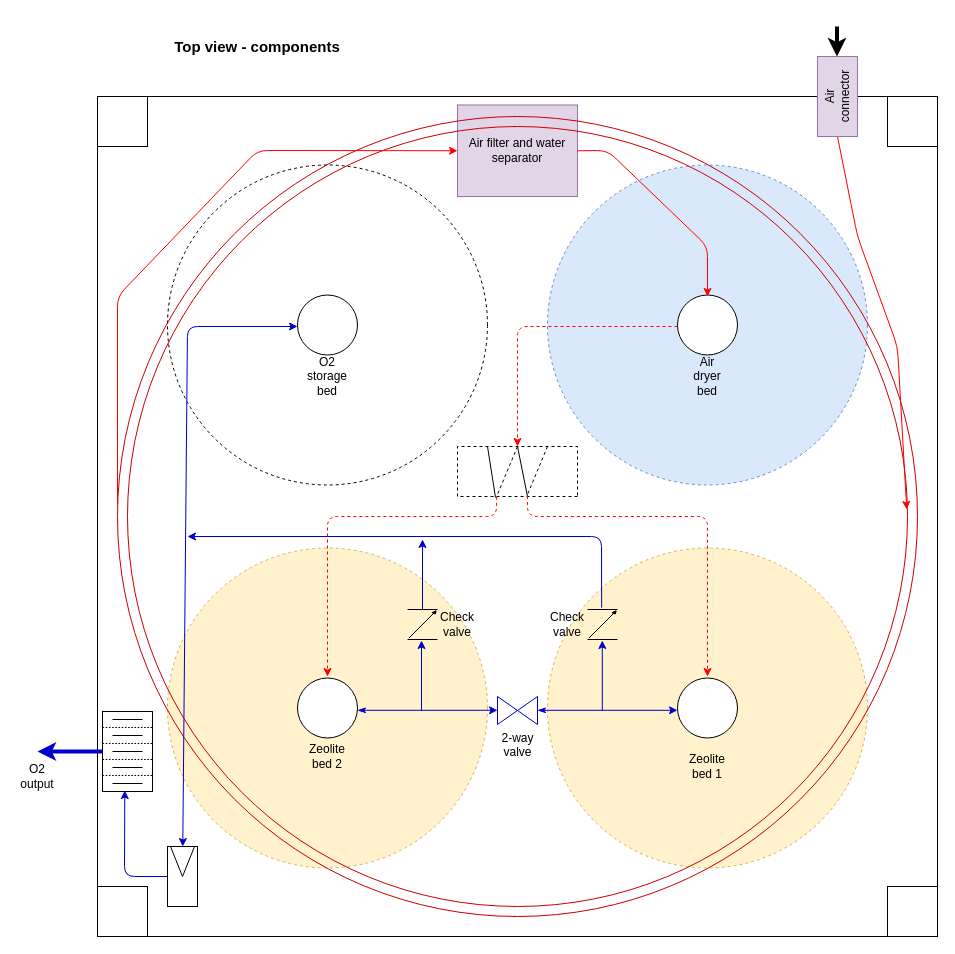
Earlier version of the draw.io diagram Prototype oxygen concentrator/Drawings/Top View components.drawio (oxycon/ProjectApollo). Source tidied: cells renumbered, new cells numbered last; positions are measured from the earlier drawing's top-left corner, leaving out a move shared by most shapes. Both pictures are drawn from the tidied source at 100%, with x=0, y=0 at pixel (17, 26).
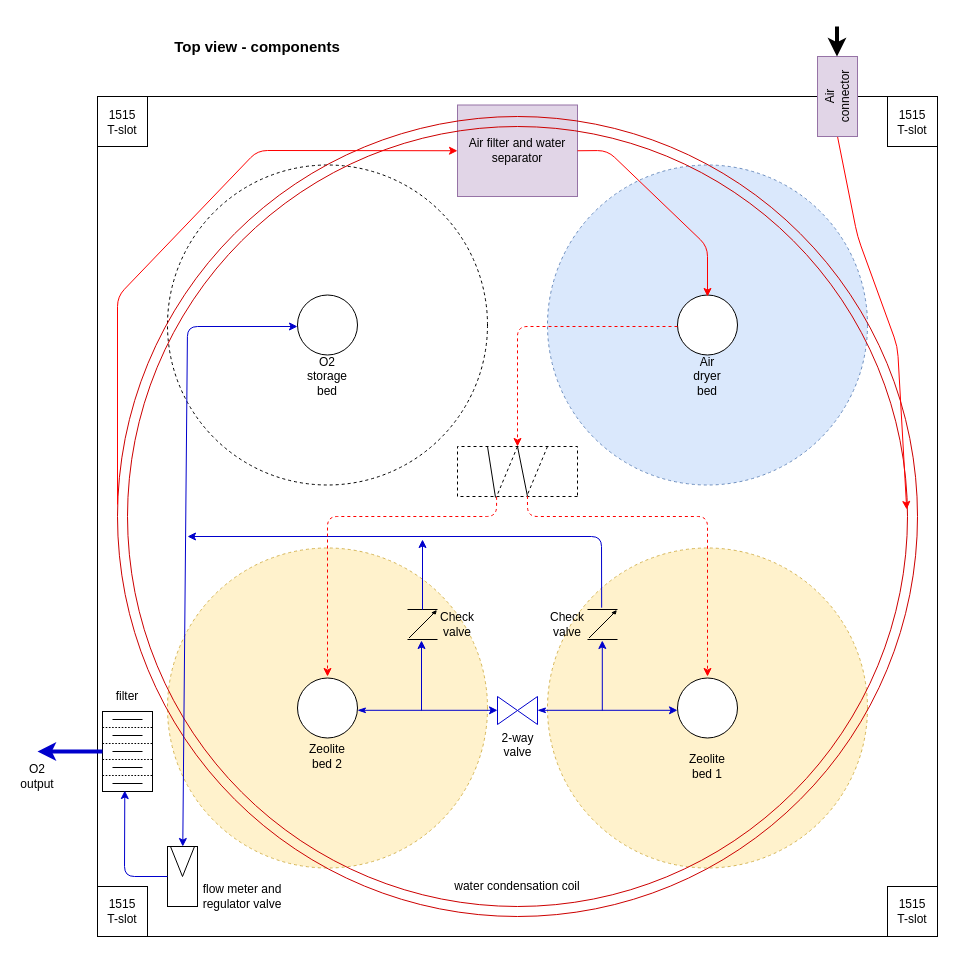
After the change.

Unchanged cells that the change refers to:
```xml
<mxCell id="2" style="group;" parent="1" vertex="1">
  <mxGeometry x="80" y="70" width="840" height="840" as="geometry" />
</mxCell>
<mxCell id="15" style="group;" parent="1" vertex="1">
  <mxGeometry x="100" y="90" width="800" height="800" as="geometry" />
</mxCell>
```

Change to the diagram source:
```diff
@@
+    <mxCell id="57" value="flow meter and regulator valve" style="text;html=1;strokeColor=none;fillColor=none;align=center;verticalAlign=middle;whiteSpace=wrap;rounded=0;" parent="2" vertex="1">
+      <mxGeometry x="100" y="790" width="90" height="20" as="geometry" />
+    </mxCell>
+    <mxCell id="58" value="filter" style="text;html=1;strokeColor=none;fillColor=none;align=center;verticalAlign=middle;whiteSpace=wrap;rounded=0;" parent="2" vertex="1">
+      <mxGeometry x="10" y="590" width="40" height="20" as="geometry" />
+    </mxCell>
@@
+    <mxCell id="59" value="water condensation coil" style="text;html=1;strokeColor=none;fillColor=none;align=center;verticalAlign=middle;whiteSpace=wrap;rounded=0;" parent="15" vertex="1">
+      <mxGeometry x="295" y="760" width="210" height="20" as="geometry" />
+    </mxCell>
@@
+    <mxCell id="60" value="1515 T-slot" style="text;html=1;strokeColor=none;fillColor=none;align=center;verticalAlign=middle;whiteSpace=wrap;rounded=0;" parent="1" vertex="1">
+      <mxGeometry x="875" y="875" width="40" height="20" as="geometry" />
+    </mxCell>
+    <mxCell id="61" value="1515 T-slot" style="text;html=1;strokeColor=none;fillColor=none;align=center;verticalAlign=middle;whiteSpace=wrap;rounded=0;" parent="1" vertex="1">
+      <mxGeometry x="85" y="875" width="40" height="20" as="geometry" />
+    </mxCell>
+    <mxCell id="62" value="1515 T-slot" style="text;html=1;strokeColor=none;fillColor=none;align=center;verticalAlign=middle;whiteSpace=wrap;rounded=0;" parent="1" vertex="1">
+      <mxGeometry x="875" y="86" width="40" height="20" as="geometry" />
+    </mxCell>
+    <mxCell id="63" value="1515 T-slot" style="text;html=1;strokeColor=none;fillColor=none;align=center;verticalAlign=middle;whiteSpace=wrap;rounded=0;" parent="1" vertex="1">
+      <mxGeometry x="85" y="86" width="40" height="20" as="geometry" />
+    </mxCell>
```
